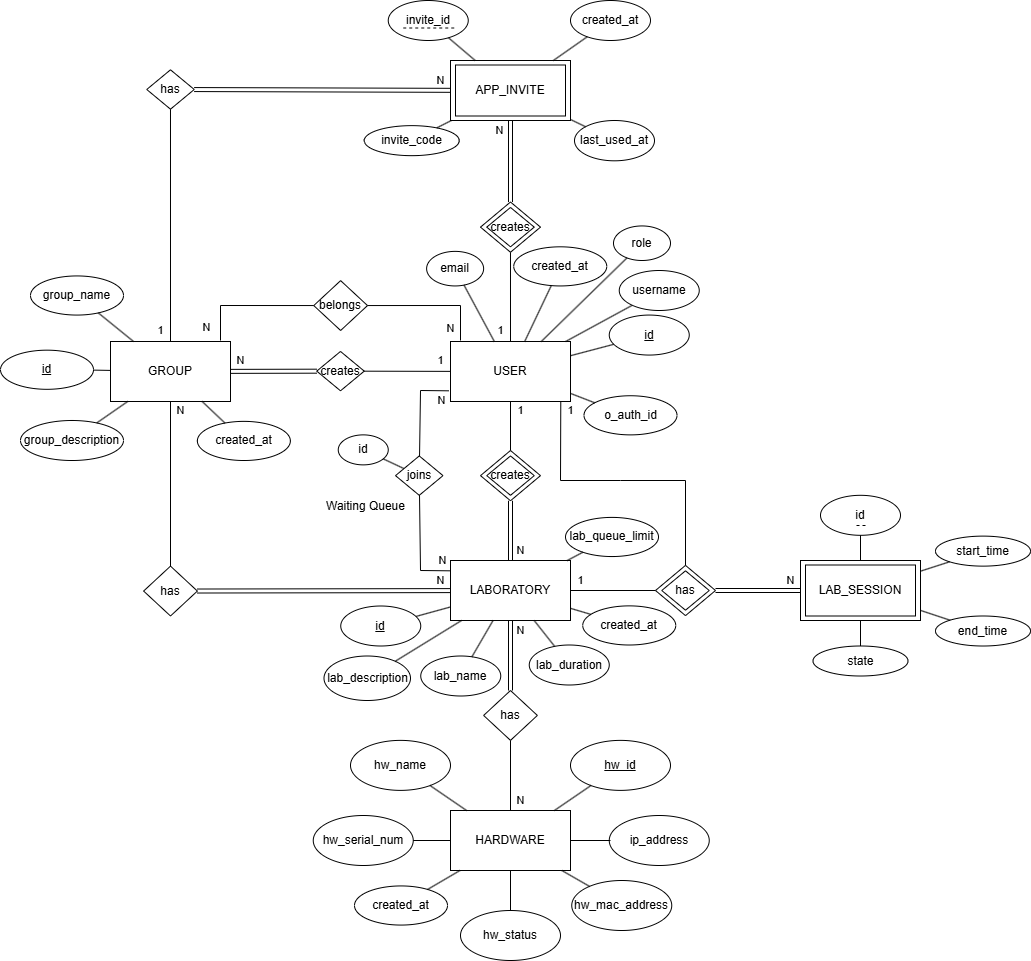
The draw.io diagram img/ERDiagramRL.drawio.png in isel-remote-lab/documentation, before a commit. Source tidied: cells renumbered, new cells last; positions are measured from the earlier drawing's top-left corner, leaving out a move shared by most shapes.
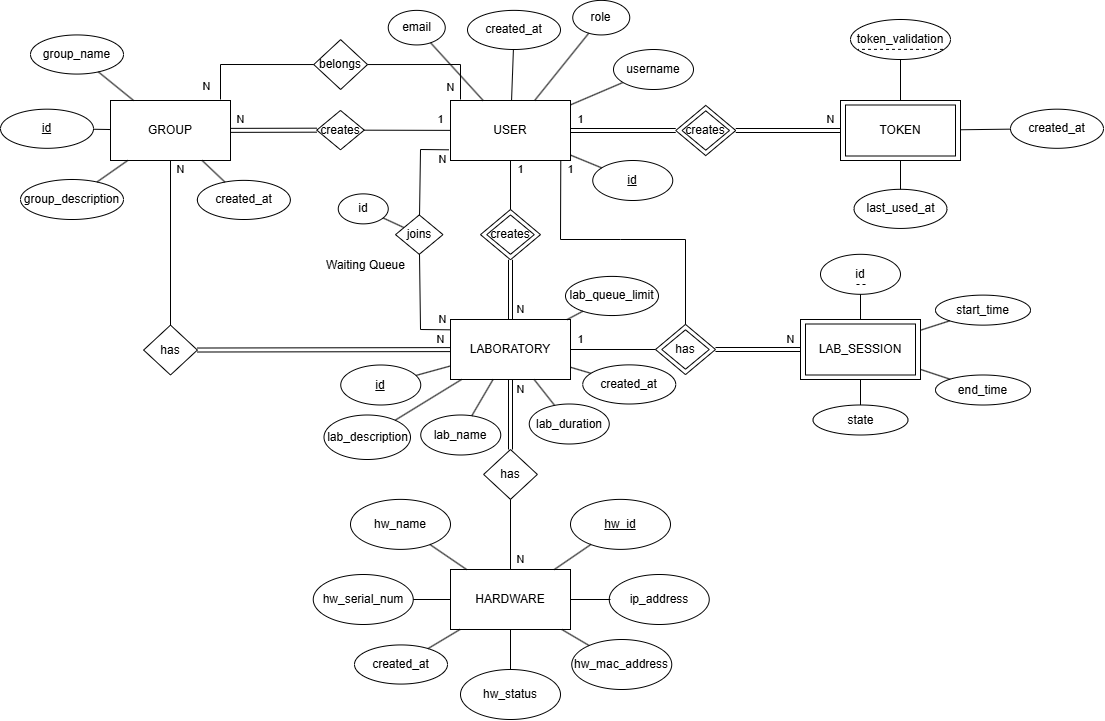
After the change.

The edit, as a diff of the source:
```diff
@@ -6,7 +6,7 @@
       <mxGeometry x="450" y="341" width="120" height="60" as="geometry" />
     </mxCell>
     <mxCell id="3" value="&lt;u&gt;id&lt;/u&gt;" style="ellipse;whiteSpace=wrap;html=1;" parent="1" vertex="1">
-      <mxGeometry x="608.8" y="314.6" width="80" height="40" as="geometry" />
+      <mxGeometry x="592.2" y="401" width="80" height="40" as="geometry" />
     </mxCell>
     <mxCell id="4" style="endArrow=none;html=1;rounded=0;" parent="1" edge="1" source="2" target="3">
       <mxGeometry relative="1" as="geometry" />
@@ -14,45 +14,6 @@
     <mxCell id="5" style="endArrow=none;html=1;rounded=0;" parent="1" edge="1" source="2" target="37">
       <mxGeometry relative="1" as="geometry" />
     </mxCell>
-    <mxCell id="6" value="USER" style="rounded=0;whiteSpace=wrap;html=1;" parent="1" vertex="1">
-      <mxGeometry x="450" y="60" width="120" height="60" as="geometry" />
-    </mxCell>
-    <mxCell id="7" value="APP_INVITE" style="rounded=0;whiteSpace=wrap;html=1;" parent="1" vertex="1">
-      <mxGeometry x="455" y="64.5" width="110" height="51" as="geometry" />
-    </mxCell>
-    <mxCell id="8" value="creates" style="rhombus;whiteSpace=wrap;html=1;" parent="1" vertex="1">
-      <mxGeometry x="480" y="201.5" width="60" height="50.2" as="geometry" />
-    </mxCell>
-    <mxCell id="9" value="N" style="shape=link;html=1;rounded=0;" parent="1" edge="1" source="8" target="6">
-      <mxGeometry x="0.78" y="11" relative="1" as="geometry" />
-    </mxCell>
-    <mxCell id="10" value="creates" style="rhombus;whiteSpace=wrap;html=1;" parent="1" vertex="1">
-      <mxGeometry x="486.2" y="206.9" width="47.5" height="39.4" as="geometry" />
-    </mxCell>
-    <mxCell id="11" value="&lt;span&gt;invite_id&lt;/span&gt;" style="ellipse;whiteSpace=wrap;html=1;fontStyle=0;" parent="1" vertex="1">
-      <mxGeometry x="387.8" width="80" height="40" as="geometry" />
-    </mxCell>
-    <mxCell id="12" style="endArrow=none;dashed=1;html=1;rounded=0;" parent="1" edge="1">
-      <mxGeometry relative="1" as="geometry">
-        <mxPoint x="453.8" y="27.5" as="sourcePoint" />
-        <mxPoint x="401.8" y="27.5" as="targetPoint" />
-      </mxGeometry>
-    </mxCell>
-    <mxCell id="13" style="endArrow=none;html=1;rounded=0;" parent="1" edge="1" source="6" target="11">
-      <mxGeometry relative="1" as="geometry" />
-    </mxCell>
-    <mxCell id="14" value="&lt;span&gt;created_at&lt;/span&gt;" style="ellipse;whiteSpace=wrap;html=1;fontStyle=0;" parent="1" vertex="1">
-      <mxGeometry x="570" width="80" height="40" as="geometry" />
-    </mxCell>
-    <mxCell id="15" value="&lt;span&gt;last_used_at&lt;/span&gt;" style="ellipse;whiteSpace=wrap;html=1;fontStyle=0;" parent="1" vertex="1">
-      <mxGeometry x="574" y="120" width="80" height="40.3" as="geometry" />
-    </mxCell>
-    <mxCell id="16" style="endArrow=none;html=1;rounded=0;" parent="1" edge="1" source="6" target="15">
-      <mxGeometry relative="1" as="geometry" />
-    </mxCell>
-    <mxCell id="17" style="endArrow=none;html=1;rounded=0;" parent="1" edge="1" source="6" target="14">
-      <mxGeometry relative="1" as="geometry" />
-    </mxCell>
     <mxCell id="18" value="creates" style="rhombus;whiteSpace=wrap;html=1;" parent="1" vertex="1">
       <mxGeometry x="480" y="450" width="60" height="50.2" as="geometry" />
     </mxCell>
@@ -80,24 +41,12 @@
     <mxCell id="26" style="endArrow=none;html=1;rounded=0;" parent="1" edge="1" source="25" target="20">
       <mxGeometry relative="1" as="geometry" />
     </mxCell>
-    <mxCell id="27" value="o_auth_id" style="ellipse;whiteSpace=wrap;html=1;fontStyle=0;" parent="1" vertex="1">
-      <mxGeometry x="583.5" y="395.2" width="93" height="39.1" as="geometry" />
-    </mxCell>
-    <mxCell id="28" style="endArrow=none;html=1;rounded=0;" parent="1" edge="1" source="27" target="2">
-      <mxGeometry relative="1" as="geometry" />
-    </mxCell>
     <mxCell id="29" value="email" style="ellipse;whiteSpace=wrap;html=1;fontStyle=0;" parent="1" vertex="1">
-      <mxGeometry x="426.1" y="250.9" width="57" height="34.6" as="geometry" />
+      <mxGeometry x="387.8" y="250.9" width="57" height="34.6" as="geometry" />
     </mxCell>
     <mxCell id="30" style="endArrow=none;html=1;rounded=0;" parent="1" edge="1" source="29" target="2">
       <mxGeometry relative="1" as="geometry" />
     </mxCell>
-    <mxCell id="31" value="invite_code" style="ellipse;whiteSpace=wrap;html=1;fontStyle=0;" parent="1" vertex="1">
-      <mxGeometry x="363.8" y="125.2" width="95" height="30" as="geometry" />
-    </mxCell>
-    <mxCell id="32" style="endArrow=none;html=1;rounded=0;" parent="1" edge="1" source="6" target="31">
-      <mxGeometry relative="1" as="geometry" />
-    </mxCell>
     <mxCell id="33" value="GROUP" style="rounded=0;whiteSpace=wrap;html=1;" parent="1" vertex="1">
       <mxGeometry x="110" y="341" width="120" height="60" as="geometry" />
     </mxCell>
@@ -111,7 +60,7 @@
       <mxGeometry x="-0.77" y="11" relative="1" as="geometry" />
     </mxCell>
     <mxCell id="37" value="&lt;span&gt;username&lt;/span&gt;" style="ellipse;whiteSpace=wrap;html=1;fontStyle=0;" parent="1" vertex="1">
-      <mxGeometry x="618.8" y="270" width="80" height="40" as="geometry" />
+      <mxGeometry x="613" y="290" width="80" height="40" as="geometry" />
     </mxCell>
     <mxCell id="38" value="&lt;u&gt;id&lt;/u&gt;" style="ellipse;whiteSpace=wrap;html=1;fontStyle=0;" parent="1" vertex="1">
       <mxGeometry y="349.7" width="93" height="39.1" as="geometry" />
@@ -263,15 +212,6 @@
     <mxCell id="78" style="endArrow=none;html=1;rounded=0;" parent="1" edge="1" source="20" target="77">
       <mxGeometry relative="1" as="geometry" />
     </mxCell>
-    <mxCell id="79" value="1" style="endArrow=none;html=1;rounded=0;" parent="1" edge="1" source="2" target="8">
-      <mxGeometry x="-0.75" y="10" relative="1" as="geometry" />
-    </mxCell>
-    <mxCell id="80" value="has" style="rhombus;whiteSpace=wrap;html=1;" parent="1" vertex="1">
-      <mxGeometry x="146.2" y="69.3" width="47.5" height="39.4" as="geometry" />
-    </mxCell>
-    <mxCell id="81" value="1" style="endArrow=none;html=1;rounded=0;" parent="1" edge="1" source="33" target="80">
-      <mxGeometry x="-0.91" y="10" relative="1" as="geometry" />
-    </mxCell>
     <mxCell id="82" value="hw_mac_address" style="ellipse;whiteSpace=wrap;html=1;fontStyle=0;" parent="1" vertex="1">
       <mxGeometry x="571.2" y="880" width="100" height="50" as="geometry" />
     </mxCell>
@@ -287,11 +227,8 @@
     <mxCell id="86" style="endArrow=none;html=1;rounded=0;" parent="1" edge="1" source="85" target="33">
       <mxGeometry relative="1" as="geometry" />
     </mxCell>
-    <mxCell id="87" value="N" style="shape=link;html=1;rounded=0;" parent="1" edge="1" source="80" target="6">
-      <mxGeometry x="0.92" y="10" relative="1" as="geometry" />
-    </mxCell>
     <mxCell id="88" value="created_at" style="ellipse;whiteSpace=wrap;html=1;fontStyle=0;" parent="1" vertex="1">
-      <mxGeometry x="513.2" y="246.3" width="93" height="39.1" as="geometry" />
+      <mxGeometry x="467" y="250.9" width="93" height="39.1" as="geometry" />
     </mxCell>
     <mxCell id="89" style="endArrow=none;html=1;rounded=0;" parent="1" edge="1" source="88" target="2">
       <mxGeometry relative="1" as="geometry" />
@@ -329,7 +266,7 @@
       <mxGeometry relative="1" as="geometry" />
     </mxCell>
     <mxCell id="100" value="role" style="ellipse;whiteSpace=wrap;html=1;fontStyle=0;" parent="1" vertex="1">
-      <mxGeometry x="613" y="225.4" width="57" height="34.6" as="geometry" />
+      <mxGeometry x="572.2" y="240.9" width="57" height="34.6" as="geometry" />
     </mxCell>
     <mxCell id="101" style="endArrow=none;html=1;" parent="1" edge="1" source="2" target="100">
       <mxGeometry relative="1" as="geometry" />
@@ -352,5 +289,47 @@
     <mxCell id="107" style="endArrow=none;html=1;rounded=0;" parent="1" edge="1" source="106" target="73">
       <mxGeometry relative="1" as="geometry" />
     </mxCell>
+    <mxCell id="108" value="1" style="shape=link;html=1;rounded=0;" parent="1" edge="1" source="2" target="109">
+      <mxGeometry x="-0.81" y="11" relative="1" as="geometry" />
+    </mxCell>
+    <mxCell id="109" value="creates" style="rhombus;whiteSpace=wrap;html=1;" parent="1" vertex="1">
+      <mxGeometry x="675.2" y="345.9" width="60" height="50.2" as="geometry" />
+    </mxCell>
+    <mxCell id="110" value="creates" style="rhombus;whiteSpace=wrap;html=1;" parent="1" vertex="1">
+      <mxGeometry x="681.5" y="351.3" width="47.5" height="39.4" as="geometry" />
+    </mxCell>
+    <mxCell id="111" value="N" style="shape=link;html=1;rounded=0;" parent="1" edge="1" source="109" target="6">
+      <mxGeometry x="0.81" y="11" relative="1" as="geometry" />
+    </mxCell>
+    <mxCell id="6" value="USER" style="rounded=0;whiteSpace=wrap;html=1;" parent="1" vertex="1">
+      <mxGeometry x="840" y="341" width="120" height="60" as="geometry" />
+    </mxCell>
+    <mxCell id="112" value="TOKEN" style="rounded=0;whiteSpace=wrap;html=1;" parent="1" vertex="1">
+      <mxGeometry x="845" y="345.5" width="110" height="51" as="geometry" />
+    </mxCell>
+    <mxCell id="113" value="&lt;span&gt;token_validation&lt;/span&gt;" style="ellipse;whiteSpace=wrap;html=1;fontStyle=0;" parent="1" vertex="1">
+      <mxGeometry x="850" y="260" width="100" height="40" as="geometry" />
+    </mxCell>
+    <mxCell id="114" style="endArrow=none;dashed=1;html=1;rounded=0;" parent="1" edge="1">
+      <mxGeometry relative="1" as="geometry">
+        <mxPoint x="942.5" y="289.9" as="sourcePoint" />
+        <mxPoint x="857.5" y="289.9" as="targetPoint" />
+      </mxGeometry>
+    </mxCell>
+    <mxCell id="115" style="endArrow=none;html=1;rounded=0;" parent="1" edge="1" source="6" target="113">
+      <mxGeometry relative="1" as="geometry" />
+    </mxCell>
+    <mxCell id="14" value="created_at" style="ellipse;whiteSpace=wrap;html=1;fontStyle=0;" parent="1" vertex="1">
+      <mxGeometry x="1010" y="349.7" width="93" height="39.1" as="geometry" />
+    </mxCell>
+    <mxCell id="17" style="endArrow=none;html=1;rounded=0;" parent="1" edge="1" source="6" target="14">
+      <mxGeometry relative="1" as="geometry" />
+    </mxCell>
+    <mxCell id="15" value="last_used_at" style="ellipse;whiteSpace=wrap;html=1;fontStyle=0;" parent="1" vertex="1">
+      <mxGeometry x="853.5" y="429.8" width="93" height="39.1" as="geometry" />
+    </mxCell>
+    <mxCell id="116" style="endArrow=none;html=1;rounded=0;" parent="1" edge="1" source="15" target="6">
+      <mxGeometry relative="1" as="geometry" />
+    </mxCell>
   </root>
 </mxGraphModel>
```
